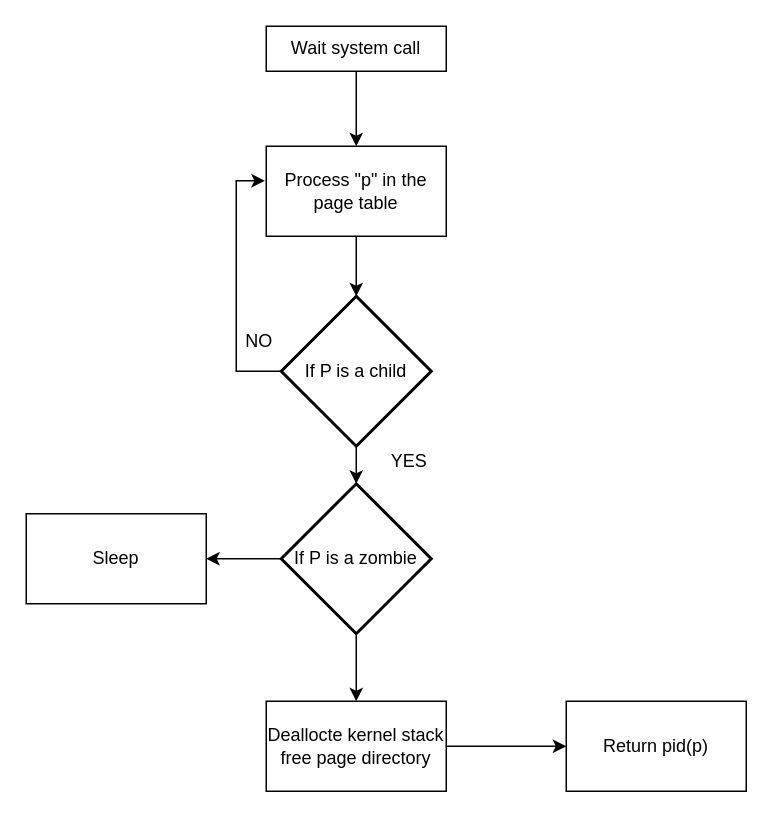
Above: wait-internal.drawio in estraining/diagram-store (draw.io), before the change. Source tidied: cells renumbered, new cells numbered last; positions are measured from the earlier drawing's top-left corner, leaving out a move shared by most shapes. Both pictures are drawn from the tidied source at 150%, with x=0, y=0 at pixel (26, 26).
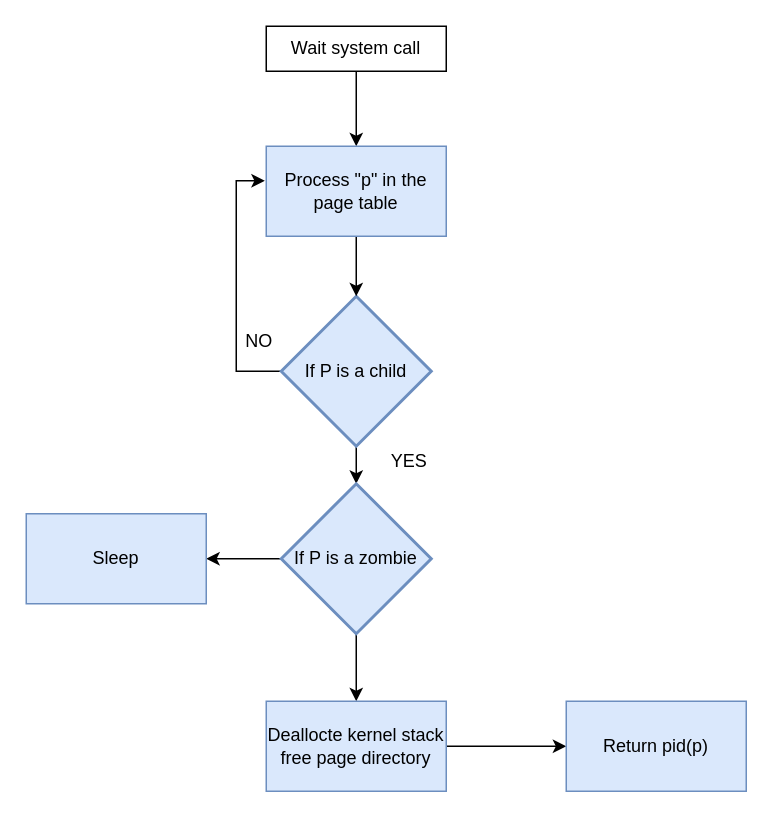
The same diagram, later.

The edit, as a diff of the source:
```diff
@@
-    <mxCell id="6" value="If P is a child" style="strokeWidth=2;html=1;shape=mxgraph.flowchart.decision;whiteSpace=wrap;" parent="1" vertex="1">
+    <mxCell id="6" value="If P is a child" style="strokeWidth=2;html=1;shape=mxgraph.flowchart.decision;whiteSpace=wrap;fillColor=#dae8fc;strokeColor=#6c8ebf;" parent="1" vertex="1">
       <mxGeometry x="170" y="180" width="100" height="100" as="geometry" />
     </mxCell>
@@
-    <mxCell id="9" value="If P is a zombie" style="strokeWidth=2;html=1;shape=mxgraph.flowchart.decision;whiteSpace=wrap;" parent="1" vertex="1">
+    <mxCell id="9" value="If P is a zombie" style="strokeWidth=2;html=1;shape=mxgraph.flowchart.decision;whiteSpace=wrap;fillColor=#dae8fc;strokeColor=#6c8ebf;" parent="1" vertex="1">
       <mxGeometry x="170" y="305" width="100" height="100" as="geometry" />
     </mxCell>
@@
-    <mxCell id="11" value="Process &quot;p&quot; in the page table" style="rounded=0;whiteSpace=wrap;html=1;" parent="1" vertex="1">
+    <mxCell id="11" value="Process &quot;p&quot; in the page table" style="rounded=0;whiteSpace=wrap;html=1;fillColor=#dae8fc;strokeColor=#6c8ebf;" parent="1" vertex="1">
       <mxGeometry x="160" y="80" width="120" height="60" as="geometry" />
     </mxCell>
@@
-    <mxCell id="14" value="Sleep" style="rounded=0;whiteSpace=wrap;html=1;" parent="1" vertex="1">
+    <mxCell id="14" value="Sleep" style="rounded=0;whiteSpace=wrap;html=1;fillColor=#dae8fc;strokeColor=#6c8ebf;" parent="1" vertex="1">
       <mxGeometry y="325" width="120" height="60" as="geometry" />
     </mxCell>
@@
-    <mxCell id="16" value="Deallocte kernel stack free page directory" style="rounded=0;whiteSpace=wrap;html=1;" parent="1" vertex="1">
+    <mxCell id="16" value="Deallocte kernel stack free page directory" style="rounded=0;whiteSpace=wrap;html=1;fillColor=#dae8fc;strokeColor=#6c8ebf;" parent="1" vertex="1">
       <mxGeometry x="160" y="450" width="120" height="60" as="geometry" />
     </mxCell>
-    <mxCell id="17" value="Return pid(p)" style="rounded=0;whiteSpace=wrap;html=1;" parent="1" vertex="1">
+    <mxCell id="17" value="Return pid(p)" style="rounded=0;whiteSpace=wrap;html=1;fillColor=#dae8fc;strokeColor=#6c8ebf;" parent="1" vertex="1">
       <mxGeometry x="360" y="450" width="120" height="60" as="geometry" />
     </mxCell>
```
